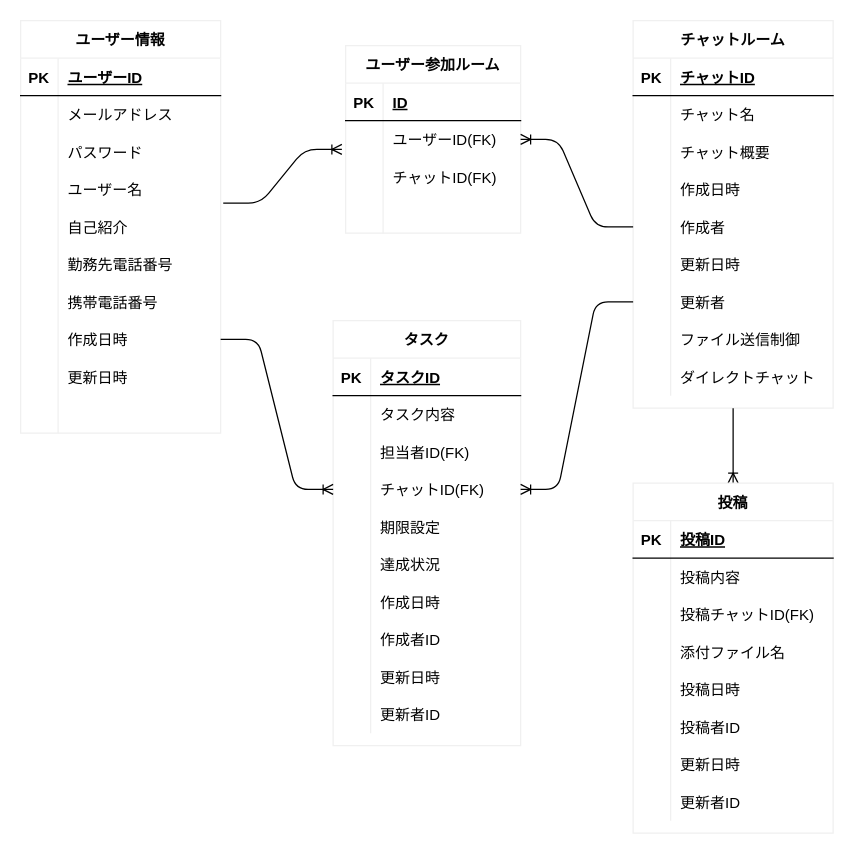
Before: db/db-challenge1/db-challenge1.drawio in shimmer52/quelcode-db, a draw.io diagram. Source tidied: cells renumbered, new cells numbered last; positions are measured from the earlier drawing's top-left corner, leaving out a move shared by most shapes. Both pictures are drawn from the tidied source at 125%, with x=0, y=0 at pixel (20, 20).
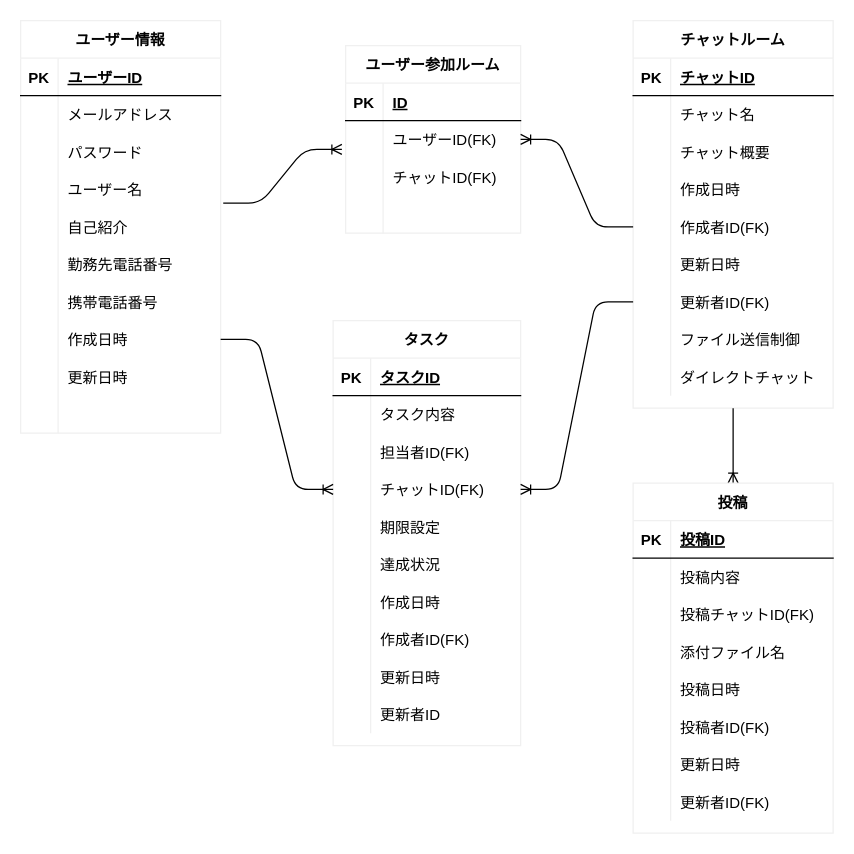
The same page after the edit.

Commit message:
ER図の修正(FKの追加)

Unchanged cells that the change refers to:
```xml
<mxCell id="15" style="shape=partialRectangle;fillColor=none;top=0;left=0;bottom=0;right=0;points=[[0,0.5],[1,0.5]];portConstraint=eastwest;" parent="2" vertex="1">
  <mxGeometry y="150" width="160" height="30" as="geometry" />
</mxCell>
<mxCell id="21" style="shape=partialRectangle;fillColor=none;top=0;left=0;bottom=0;right=0;points=[[0,0.5],[1,0.5]];portConstraint=eastwest;" parent="2" vertex="1">
  <mxGeometry y="210" width="160" height="30" as="geometry" />
</mxCell>
<mxCell id="93" style="shape=partialRectangle;fillColor=none;top=0;left=0;bottom=0;right=0;" parent="77" vertex="1">
  <mxGeometry y="180" width="160" height="30" as="geometry" />
</mxCell>
<mxCell id="99" style="shape=partialRectangle;fillColor=none;top=0;left=0;bottom=0;right=0;" parent="77" vertex="1">
  <mxGeometry y="240" width="160" height="30" as="geometry" />
</mxCell>
<mxCell id="124" style="shape=partialRectangle;fillColor=none;top=0;left=0;bottom=0;right=0;" parent="102" vertex="1">
  <mxGeometry y="240" width="150" height="30" as="geometry" />
</mxCell>
```

What changed in the source:
```diff
@@
-    <mxCell id="17" value="作成者" style="shape=partialRectangle;fillColor=none;top=0;left=0;bottom=0;right=0;align=left;spacingLeft=6;overflow=hidden;" parent="15" vertex="1">
+    <mxCell id="17" value="作成者ID(FK)" style="shape=partialRectangle;fillColor=none;top=0;left=0;bottom=0;right=0;align=left;spacingLeft=6;overflow=hidden;" parent="15" vertex="1">
       <mxGeometry x="30" width="130" height="30" as="geometry" />
     </mxCell>
@@
-    <mxCell id="23" value="更新者" style="shape=partialRectangle;fillColor=none;top=0;left=0;bottom=0;right=0;align=left;spacingLeft=6;overflow=hidden;" parent="21" vertex="1">
+    <mxCell id="23" value="更新者ID(FK)" style="shape=partialRectangle;fillColor=none;top=0;left=0;bottom=0;right=0;align=left;spacingLeft=6;overflow=hidden;" parent="21" vertex="1">
       <mxGeometry x="30" width="130" height="30" as="geometry" />
     </mxCell>
@@
-    <mxCell id="95" value="投稿者ID" style="shape=partialRectangle;fillColor=none;top=0;left=0;bottom=0;right=0;align=left;spacingLeft=6;overflow=hidden;" parent="93" vertex="1">
+    <mxCell id="95" value="投稿者ID(FK)" style="shape=partialRectangle;fillColor=none;top=0;left=0;bottom=0;right=0;align=left;spacingLeft=6;overflow=hidden;" parent="93" vertex="1">
       <mxGeometry x="30" width="130" height="30" as="geometry" />
     </mxCell>
@@
-    <mxCell id="101" value="更新者ID" style="shape=partialRectangle;fillColor=none;top=0;left=0;bottom=0;right=0;align=left;spacingLeft=6;overflow=hidden;" parent="99" vertex="1">
+    <mxCell id="101" value="更新者ID(FK)" style="shape=partialRectangle;fillColor=none;top=0;left=0;bottom=0;right=0;align=left;spacingLeft=6;overflow=hidden;" parent="99" vertex="1">
       <mxGeometry x="30" width="130" height="30" as="geometry" />
     </mxCell>
@@
-    <mxCell id="126" value="作成者ID" style="shape=partialRectangle;fillColor=none;top=0;left=0;bottom=0;right=0;align=left;spacingLeft=6;overflow=hidden;" parent="124" vertex="1">
+    <mxCell id="126" value="作成者ID(FK)" style="shape=partialRectangle;fillColor=none;top=0;left=0;bottom=0;right=0;align=left;spacingLeft=6;overflow=hidden;" parent="124" vertex="1">
       <mxGeometry x="30" width="120" height="30" as="geometry" />
     </mxCell>
```
